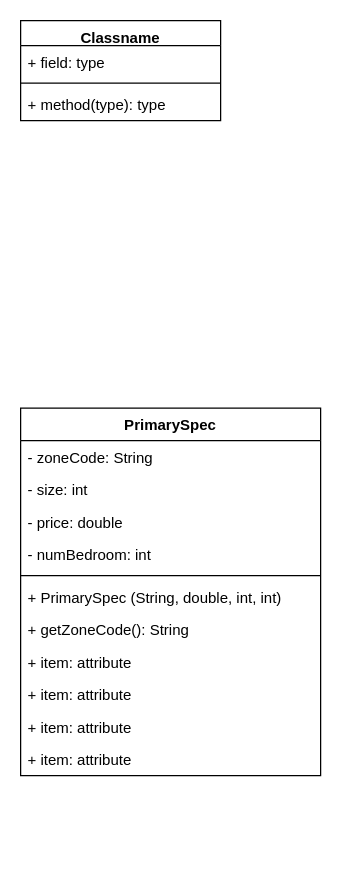
This is OOP/RealtyDatabase/RealtyDatabase.drawio from wang-owen/ICS4U, a draw.io file, before an edit. Source tidied: cells renumbered, new cells numbered last; positions are measured from the earlier drawing's top-left corner, leaving out a move shared by most shapes. Both pictures are drawn from the tidied source at 125%, with x=0, y=0 at pixel (20, 20).
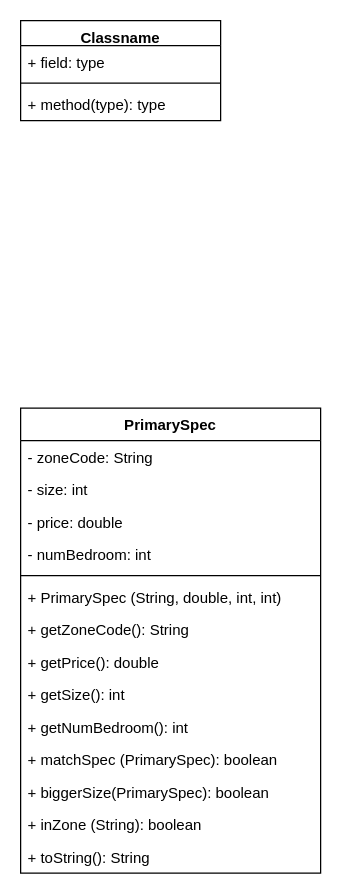
After the change.

Diff of the diagram source:
```diff
@@
     <mxCell id="2" value="PrimarySpec" style="swimlane;fontStyle=1;align=center;verticalAlign=top;horizontal=1;startSize=26;" parent="1" vertex="1">
-      <mxGeometry y="310" width="240" height="294" as="geometry" />
+      <mxGeometry y="310" width="240" height="372" as="geometry" />
     </mxCell>
@@
-    <mxCell id="10" value="+ item: attribute" style="text;strokeColor=none;fillColor=none;align=left;verticalAlign=top;spacingLeft=4;spacingRight=4;overflow=hidden;" parent="2" vertex="1">
+    <mxCell id="10" value="+ getPrice(): double" style="text;strokeColor=none;fillColor=none;align=left;verticalAlign=top;spacingLeft=4;spacingRight=4;overflow=hidden;" parent="2" vertex="1">
       <mxGeometry y="190" width="240" height="26" as="geometry" />
     </mxCell>
-    <mxCell id="11" value="+ item: attribute" style="text;strokeColor=none;fillColor=none;align=left;verticalAlign=top;spacingLeft=4;spacingRight=4;overflow=hidden;" parent="2" vertex="1">
+    <mxCell id="11" value="+ getSize(): int" style="text;strokeColor=none;fillColor=none;align=left;verticalAlign=top;spacingLeft=4;spacingRight=4;overflow=hidden;" parent="2" vertex="1">
       <mxGeometry y="216" width="240" height="26" as="geometry" />
     </mxCell>
-    <mxCell id="12" value="+ item: attribute" style="text;strokeColor=none;fillColor=none;align=left;verticalAlign=top;spacingLeft=4;spacingRight=4;overflow=hidden;" parent="2" vertex="1">
+    <mxCell id="12" value="+ getNumBedroom(): int" style="text;strokeColor=none;fillColor=none;align=left;verticalAlign=top;spacingLeft=4;spacingRight=4;overflow=hidden;" parent="2" vertex="1">
       <mxGeometry y="242" width="240" height="26" as="geometry" />
     </mxCell>
-    <mxCell id="13" value="+ item: attribute" style="text;strokeColor=none;fillColor=none;align=left;verticalAlign=top;spacingLeft=4;spacingRight=4;overflow=hidden;" parent="2" vertex="1">
+    <mxCell id="13" value="+ matchSpec (PrimarySpec): boolean" style="text;strokeColor=none;fillColor=none;align=left;verticalAlign=top;spacingLeft=4;spacingRight=4;overflow=hidden;" parent="2" vertex="1">
       <mxGeometry y="268" width="240" height="26" as="geometry" />
     </mxCell>
+    <mxCell id="18" value="+ biggerSize(PrimarySpec): boolean" style="text;strokeColor=none;fillColor=none;align=left;verticalAlign=top;spacingLeft=4;spacingRight=4;overflow=hidden;" parent="2" vertex="1">
+      <mxGeometry y="294" width="240" height="26" as="geometry" />
+    </mxCell>
+    <mxCell id="19" value="+ inZone (String): boolean" style="text;strokeColor=none;fillColor=none;align=left;verticalAlign=top;spacingLeft=4;spacingRight=4;overflow=hidden;" parent="2" vertex="1">
+      <mxGeometry y="320" width="240" height="26" as="geometry" />
+    </mxCell>
+    <mxCell id="20" value="+ toString(): String" style="text;strokeColor=none;fillColor=none;align=left;verticalAlign=top;spacingLeft=4;spacingRight=4;overflow=hidden;" parent="2" vertex="1">
+      <mxGeometry y="346" width="240" height="26" as="geometry" />
+    </mxCell>
```
